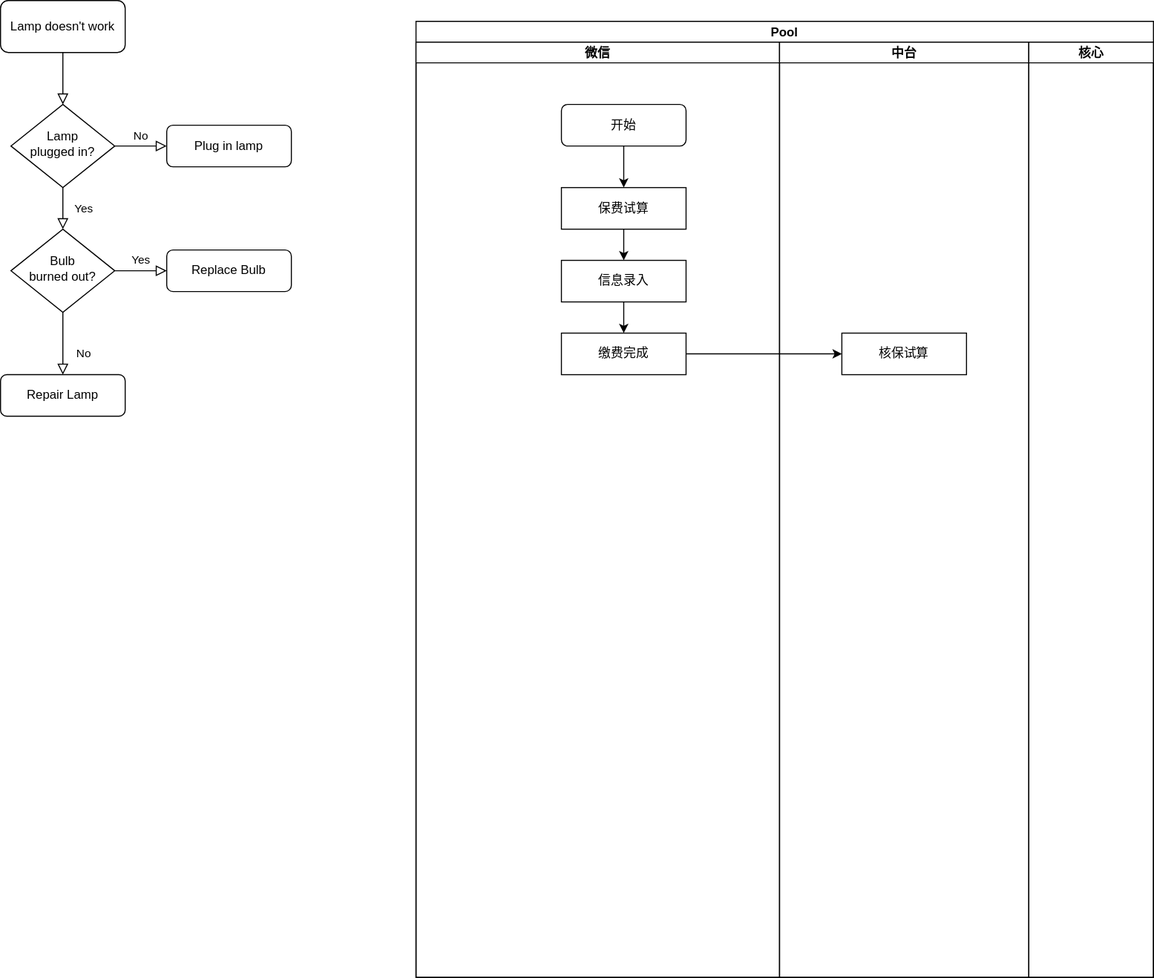
The draw.io diagram 测试.drawio.svg in Amy-da/test_new, before a commit. Source tidied: cells renumbered, new cells last; positions are measured from the earlier drawing's top-left corner, leaving out a move shared by most shapes.
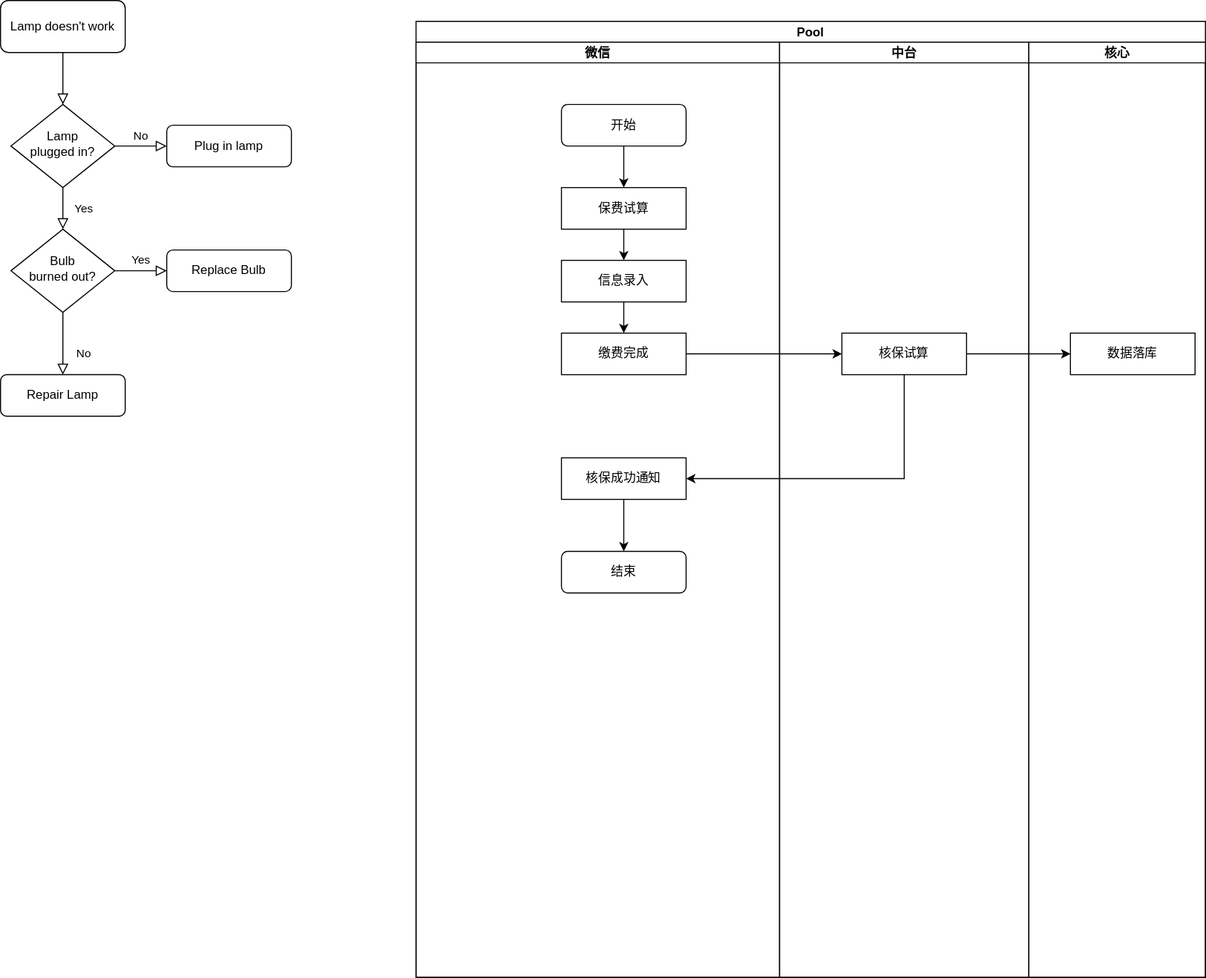
Later version of the same file.

Diff of the diagram source:
```diff
@@ -36,7 +36,7 @@
       <mxGeometry x="160" y="240" width="120" height="40" as="geometry" />
     </mxCell>
     <mxCell id="13" value="Pool" style="swimlane;startSize=20;" parent="1" vertex="1">
-      <mxGeometry x="400" y="20" width="710" height="920" as="geometry" />
+      <mxGeometry x="400" y="20" width="760" height="920" as="geometry" />
     </mxCell>
     <mxCell id="14" value="微信" style="swimlane;startSize=20;" parent="13" vertex="1">
       <mxGeometry y="20" width="350" height="900" as="geometry" />
@@ -62,17 +62,35 @@
     <mxCell id="21" value="缴费完成" style="rounded=0;whiteSpace=wrap;html=1;" parent="14" vertex="1">
       <mxGeometry x="140" y="280" width="120" height="40" as="geometry" />
     </mxCell>
+    <mxCell id="26" style="edgeStyle=orthogonalEdgeStyle;rounded=0;jettySize=auto;html=1;exitX=0.5;exitY=1;exitDx=0;exitDy=0;entryX=0.5;entryY=0;entryDx=0;entryDy=0;" parent="14" edge="1" source="27" target="28">
+      <mxGeometry relative="1" as="geometry" />
+    </mxCell>
+    <mxCell id="27" value="核保成功通知" style="rounded=0;whiteSpace=wrap;html=1;" parent="14" vertex="1">
+      <mxGeometry x="140" y="400" width="120" height="40" as="geometry" />
+    </mxCell>
+    <mxCell id="28" value="结束" style="rounded=1;whiteSpace=wrap;html=1;" parent="14" vertex="1">
+      <mxGeometry x="140" y="490" width="120" height="40" as="geometry" />
+    </mxCell>
     <mxCell id="22" value="中台" style="swimlane;startSize=20;" parent="13" vertex="1">
       <mxGeometry x="350" y="20" width="240" height="900" as="geometry" />
     </mxCell>
     <mxCell id="23" value="核保试算" style="rounded=0;whiteSpace=wrap;html=1;" parent="22" vertex="1">
       <mxGeometry x="60" y="280" width="120" height="40" as="geometry" />
     </mxCell>
+    <mxCell id="25" style="edgeStyle=orthogonalEdgeStyle;rounded=0;jettySize=auto;html=1;exitX=1;exitY=0.5;exitDx=0;exitDy=0;entryX=0;entryY=0.5;entryDx=0;entryDy=0;" parent="13" edge="1" source="21" target="23">
+      <mxGeometry relative="1" as="geometry" />
+    </mxCell>
     <mxCell id="24" value="核心" style="swimlane;startSize=20;" parent="13" vertex="1">
-      <mxGeometry x="590" y="20" width="120" height="900" as="geometry" />
+      <mxGeometry x="590" y="20" width="170" height="900" as="geometry" />
     </mxCell>
-    <mxCell id="25" style="edgeStyle=orthogonalEdgeStyle;rounded=0;jettySize=auto;html=1;exitX=1;exitY=0.5;exitDx=0;exitDy=0;entryX=0;entryY=0.5;entryDx=0;entryDy=0;" parent="13" edge="1" source="21" target="23">
-      <mxGeometry relative="1" as="geometry" />
-    </mxCell>
+    <mxCell id="29" value="数据落库" style="rounded=0;whiteSpace=wrap;html=1;" parent="24" vertex="1">
+      <mxGeometry x="40" y="280" width="120" height="40" as="geometry" />
+    </mxCell>
+    <mxCell id="30" style="edgeStyle=orthogonalEdgeStyle;rounded=0;jettySize=auto;html=1;exitX=1;exitY=0.5;exitDx=0;exitDy=0;entryX=0;entryY=0.5;entryDx=0;entryDy=0;" parent="13" edge="1" source="23" target="29">
+      <mxGeometry relative="1" as="geometry" />
+    </mxCell>
+    <mxCell id="31" style="edgeStyle=orthogonalEdgeStyle;rounded=0;jettySize=auto;html=1;exitX=0.5;exitY=1;exitDx=0;exitDy=0;entryX=1;entryY=0.5;entryDx=0;entryDy=0;" parent="13" edge="1" source="23" target="27">
+      <mxGeometry relative="1" as="geometry" />
+    </mxCell>
   </root>
 </mxGraphModel>
```
